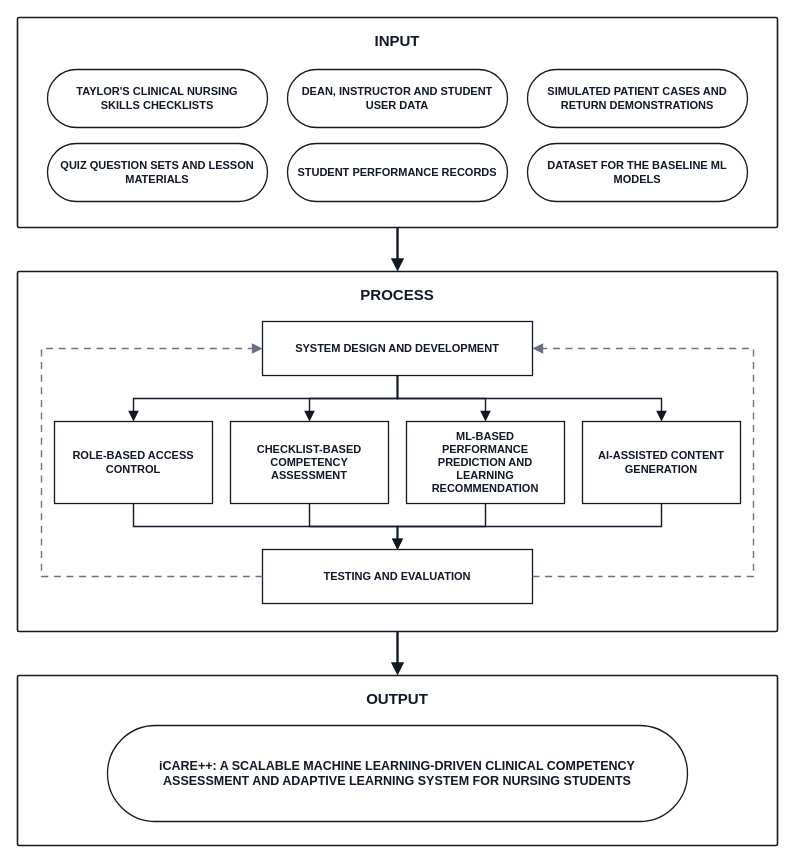
The draw.io diagram docs/diagrams/ipo-model.drawio in mdk-zero/icare, before the edit. Source tidied: cells renumbered, new cells numbered last; positions are measured from the earlier drawing's top-left corner, leaving out a move shared by most shapes. Both pictures are drawn from the tidied source at 100%, with x=0, y=0 at pixel (17, 17).
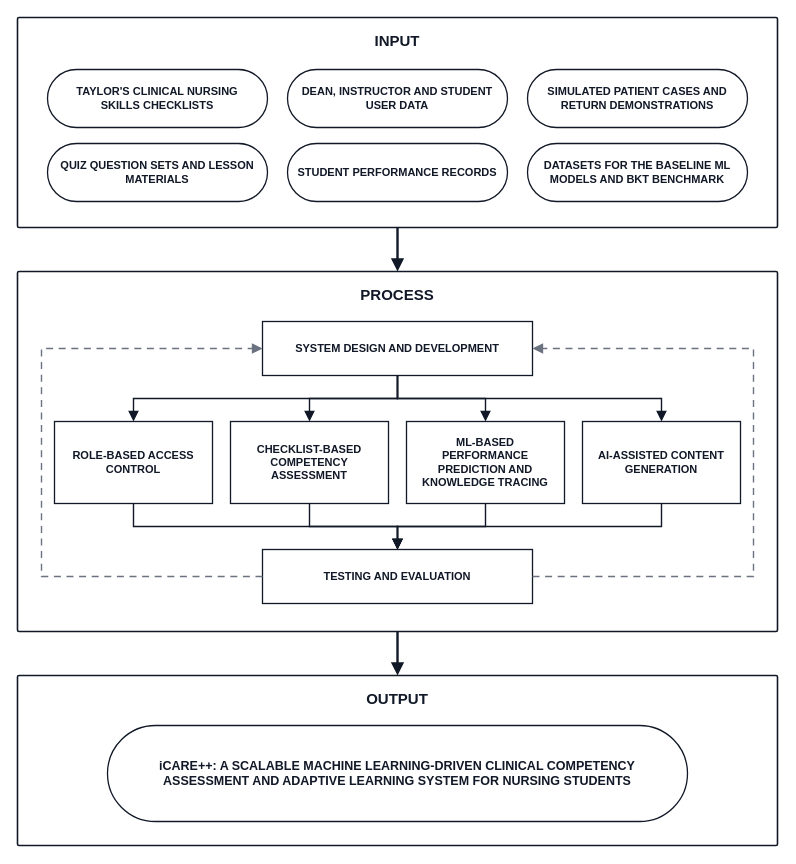
After the change.

What changed in the source:
```diff
@@
-    <mxCell id="9" value="DATASET FOR THE BASELINE ML MODELS" style="rounded=1;arcSize=50;html=1;whiteSpace=wrap;fillColor=#ffffff;strokeColor=#111827;strokeWidth=1.3;fontSize=11;fontStyle=1;fontColor=#111827;spacing=10;fontFamily=Helvetica;" parent="1" vertex="1">
+    <mxCell id="9" value="DATASETS FOR THE BASELINE ML MODELS AND BKT BENCHMARK" style="rounded=1;arcSize=50;html=1;whiteSpace=wrap;fillColor=#ffffff;strokeColor=#111827;strokeWidth=1.3;fontSize=11;fontStyle=1;fontColor=#111827;spacing=10;fontFamily=Helvetica;" parent="1" vertex="1">
       <mxGeometry x="510" y="126" width="220" height="58" as="geometry" />
     </mxCell>
@@
-    <mxCell id="13" value="ML-BASED PERFORMANCE PREDICTION AND LEARNING RECOMMENDATION" style="rounded=0;html=1;whiteSpace=wrap;fillColor=#ffffff;strokeColor=#111827;strokeWidth=1.3;fontSize=11;fontStyle=1;fontColor=#111827;spacing=8;fontFamily=Helvetica;" parent="1" vertex="1">
+    <mxCell id="13" value="ML-BASED PERFORMANCE PREDICTION AND KNOWLEDGE TRACING" style="rounded=0;html=1;whiteSpace=wrap;fillColor=#ffffff;strokeColor=#111827;strokeWidth=1.3;fontSize=11;fontStyle=1;fontColor=#111827;spacing=8;fontFamily=Helvetica;" parent="1" vertex="1">
       <mxGeometry x="389" y="404" width="158" height="82" as="geometry" />
     </mxCell>
```
